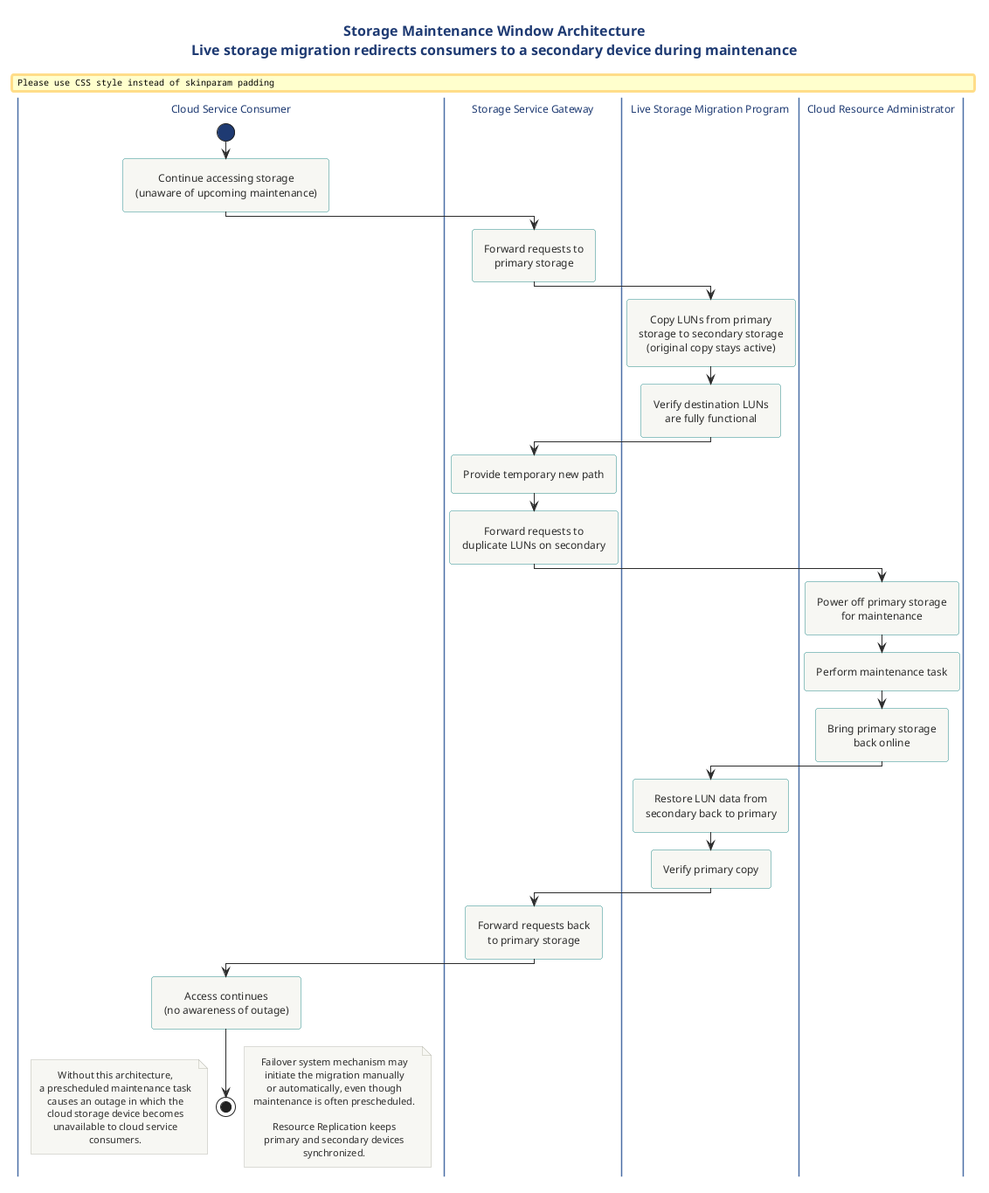
Before: src/architecture/cloud/architecture/cloud-architecture-diagram-library/specialized-cloud-architectures-puml/png/11-storage-maintenance-window.png, a diagram exported from PlantUML (Notoriousjayy/latex-docs).
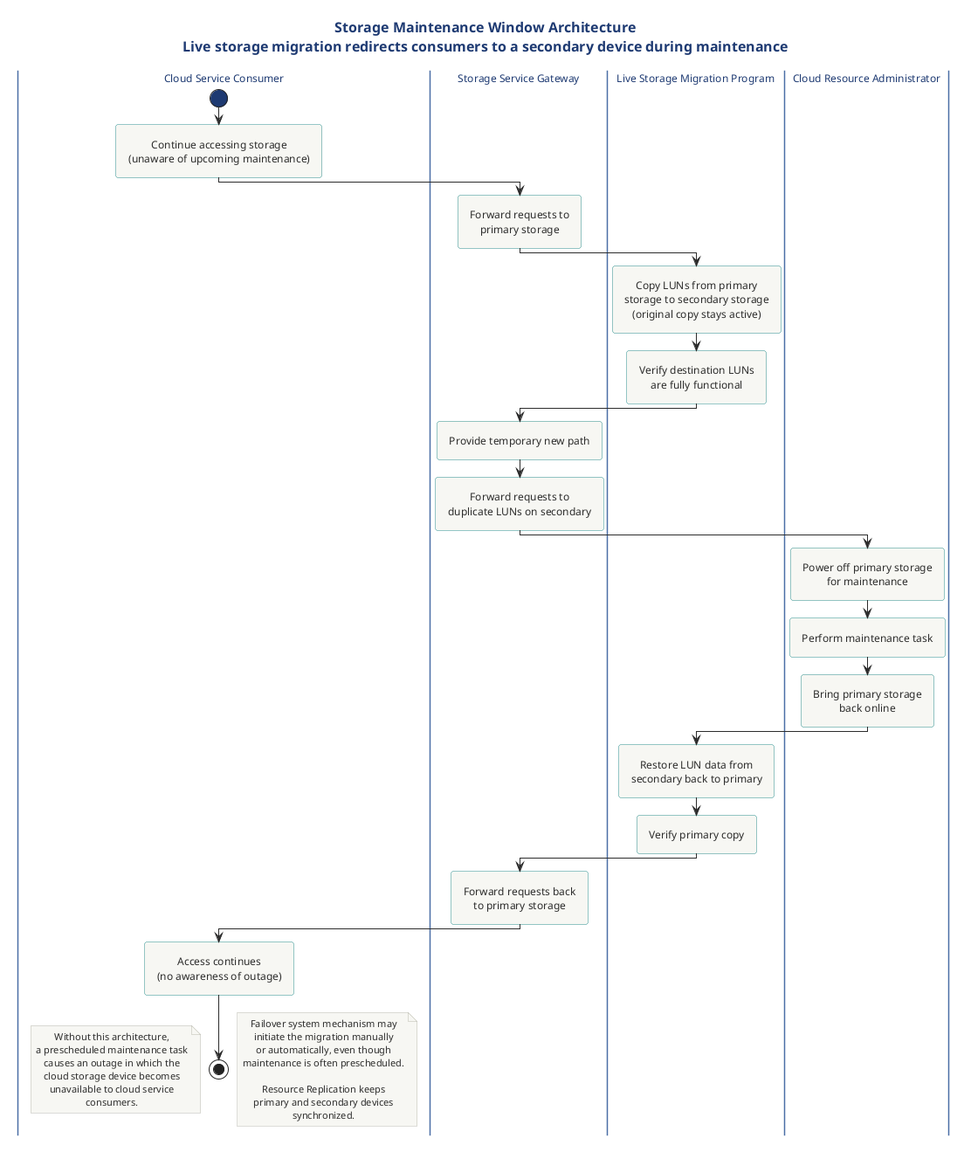
After the change.

Change to the diagram source:
```diff
@@ -1,4 +1,4 @@
-@startuml storage_maintenance_window
+@startuml
 !include ../../../../../../tooling/styles/plantuml/behavioral/activity-diagram-style.iuml
 
 title Storage Maintenance Window Architecture\nLive storage migration redirects consumers to a secondary device during maintenance
```
